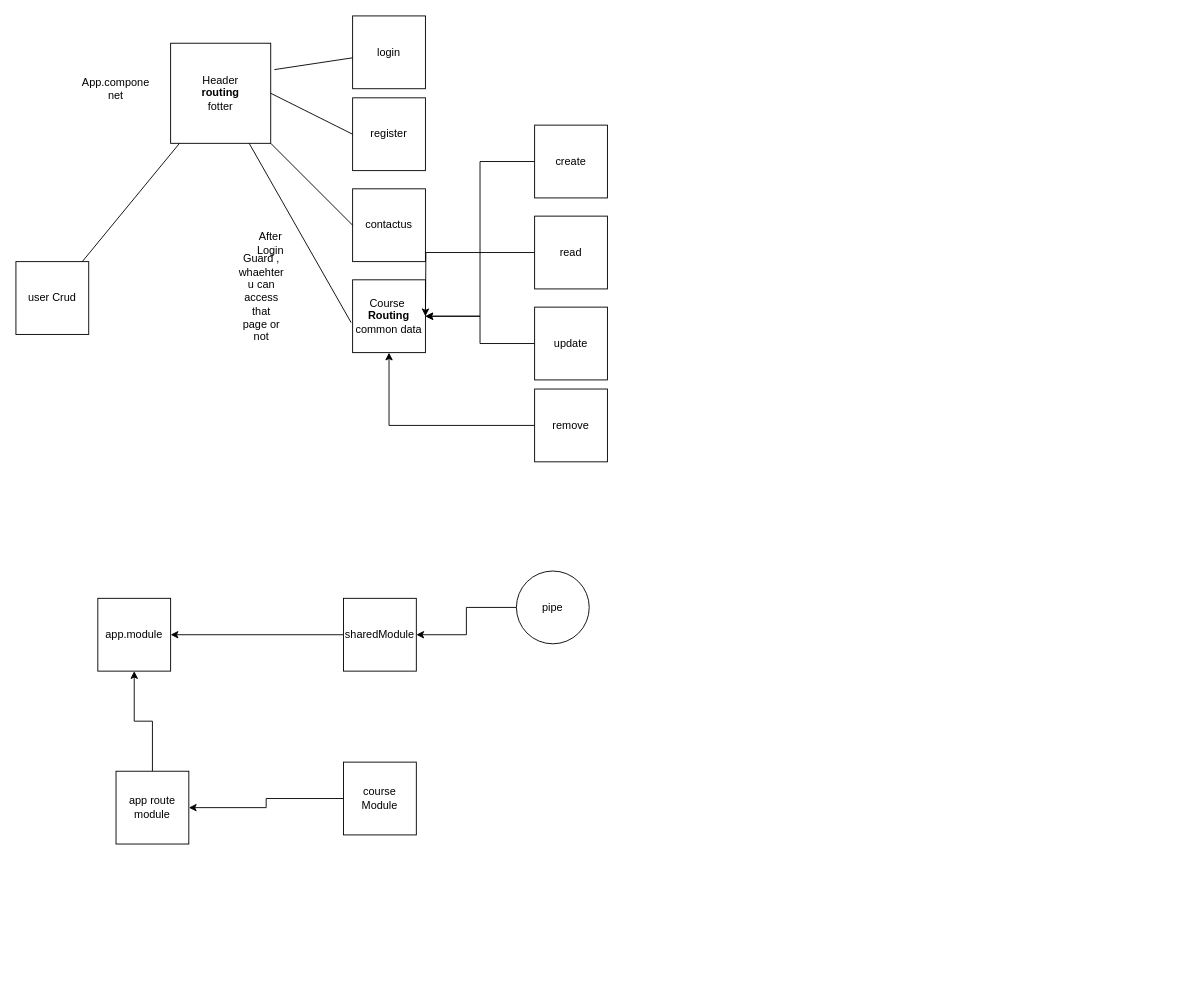
Above: course.drawio in lblower/angular-basics (draw.io), before the change. Source tidied: cells renumbered, new cells numbered last; positions are measured from the earlier drawing's top-left corner, leaving out a move shared by most shapes. Both pictures are drawn from the tidied source at 91%, with x=0, y=0 at pixel (15, 15).
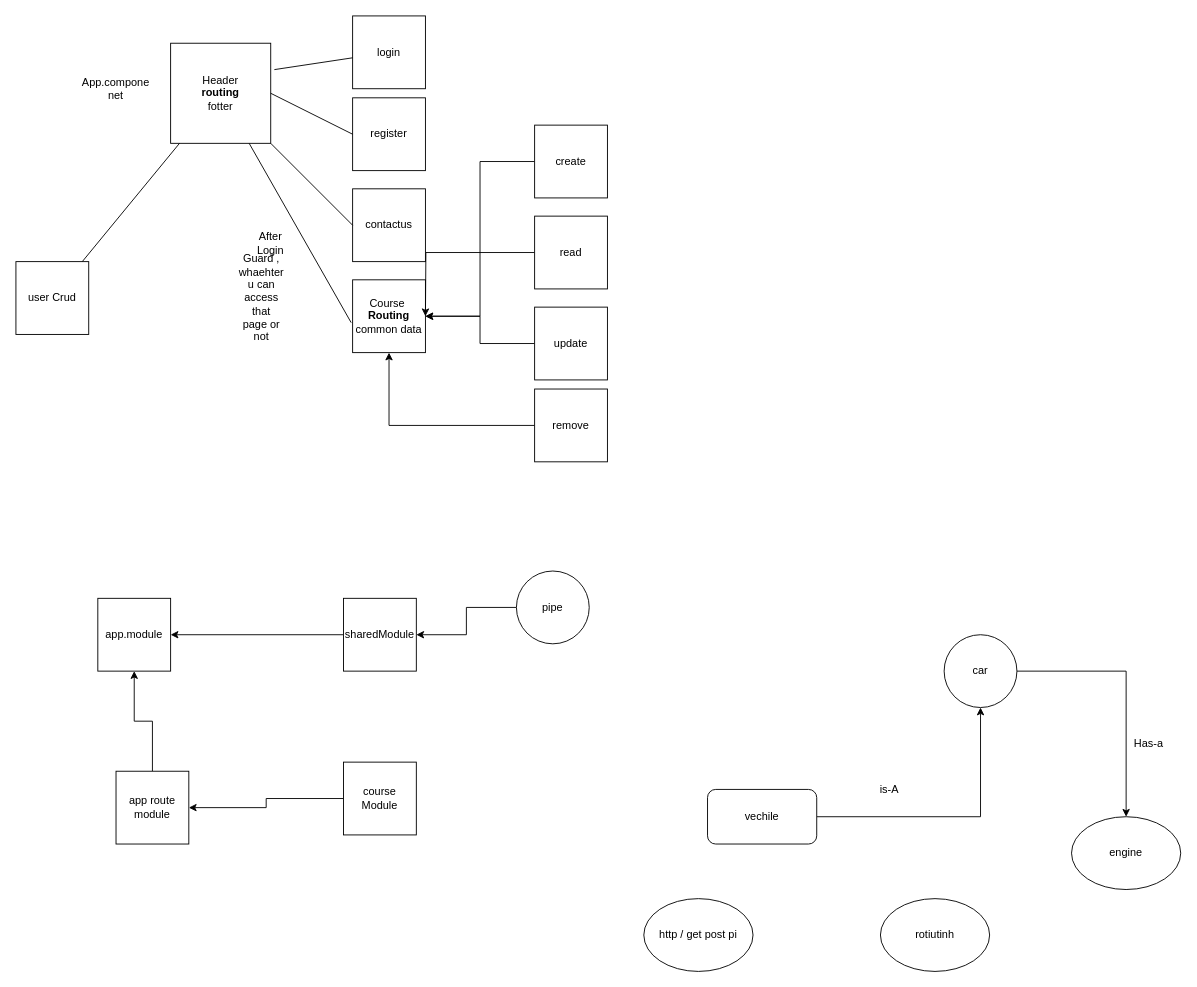
The same diagram, later.

Diff of the diagram source:
```diff
@@
+    <mxCell id="33" style="edgeStyle=orthogonalEdgeStyle;rounded=0;jettySize=auto;html=1;" parent="1" edge="1" source="34" target="36">
+      <mxGeometry relative="1" as="geometry" />
+    </mxCell>
+    <mxCell id="34" value="vechile" style="rounded=1;whiteSpace=wrap;html=1;" parent="1" vertex="1">
+      <mxGeometry x="760" y="850" width="120" height="60" as="geometry" />
+    </mxCell>
+    <mxCell id="35" style="edgeStyle=orthogonalEdgeStyle;rounded=0;jettySize=auto;html=1;" parent="1" edge="1" source="36" target="37">
+      <mxGeometry relative="1" as="geometry" />
+    </mxCell>
+    <mxCell id="36" value="car" style="ellipse;whiteSpace=wrap;html=1;" parent="1" vertex="1">
+      <mxGeometry x="1020" y="680" width="80" height="80" as="geometry" />
+    </mxCell>
+    <mxCell id="37" value="engine" style="ellipse;whiteSpace=wrap;html=1;" parent="1" vertex="1">
+      <mxGeometry x="1160" y="880" width="120" height="80" as="geometry" />
+    </mxCell>
+    <mxCell id="38" value="is-A" style="text;html=1;strokeColor=none;fillColor=none;align=center;verticalAlign=middle;whiteSpace=wrap;rounded=0;" parent="1" vertex="1">
+      <mxGeometry x="940" y="840" width="40" height="20" as="geometry" />
+    </mxCell>
+    <mxCell id="39" value="Has-a" style="text;html=1;strokeColor=none;fillColor=none;align=center;verticalAlign=middle;whiteSpace=wrap;rounded=0;" parent="1" vertex="1">
+      <mxGeometry x="1225" y="790" width="40" height="20" as="geometry" />
+    </mxCell>
+    <mxCell id="40" value="rotiutinh" style="ellipse;whiteSpace=wrap;html=1;" parent="1" vertex="1">
+      <mxGeometry x="950" y="970" width="120" height="80" as="geometry" />
+    </mxCell>
+    <mxCell id="41" value="http / get post pi" style="ellipse;whiteSpace=wrap;html=1;" parent="1" vertex="1">
+      <mxGeometry x="690" y="970" width="120" height="80" as="geometry" />
+    </mxCell>
```
